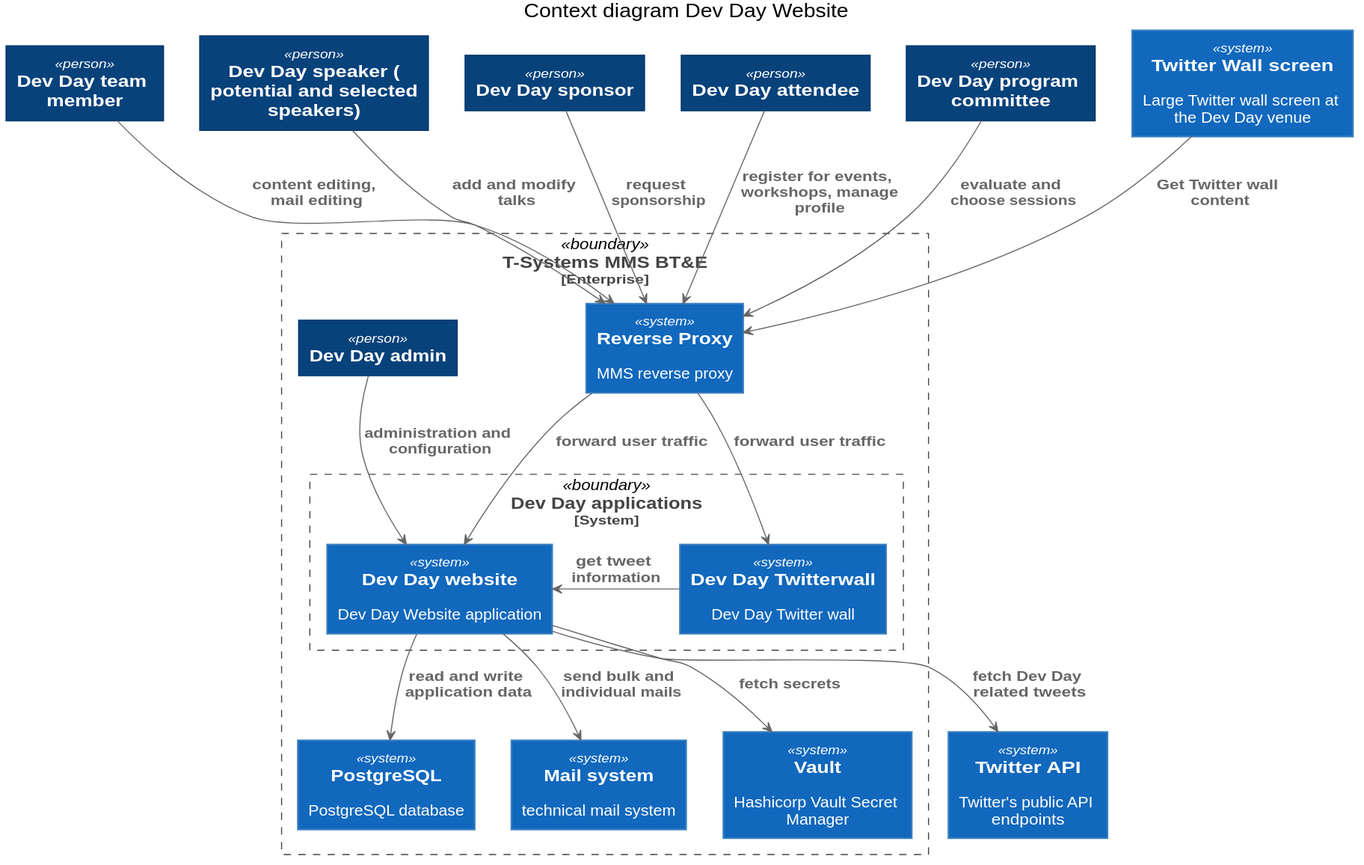
devdaydresden/devday_website keeps this PlantUML diagram as docs/system_context.svg. Above is the earlier version. The source it was exported from:
```plantuml
@startuml





skinparam defaultTextAlignment center

skinparam wrapWidth 200
skinparam maxMessageSize 150

skinparam rectangle {
    StereotypeFontSize 12
    shadowing false
}

skinparam database {
    StereotypeFontSize 12
    shadowing false
}

skinparam Arrow {
    Color #666666
    FontColor #666666
    FontSize 12
}

skinparam rectangle<<boundary>> {
    Shadowing false
    StereotypeFontSize 0
    FontColor #444444
    BorderColor #444444
    BorderStyle dashed
}






















skinparam rectangle<<person>> {
    StereotypeFontColor #FFFFFF
    FontColor #FFFFFF
    BackgroundColor #08427B
    BorderColor #073B6F
}

skinparam rectangle<<external_person>> {
    StereotypeFontColor #FFFFFF
    FontColor #FFFFFF
    BackgroundColor #686868
    BorderColor #8A8A8A
}

skinparam rectangle<<system>> {
    StereotypeFontColor #FFFFFF
    FontColor #FFFFFF
    BackgroundColor #1168BD
    BorderColor #3C7FC0
}

skinparam rectangle<<external_system>> {
    StereotypeFontColor #FFFFFF
    FontColor #FFFFFF
    BackgroundColor #999999
    BorderColor #8A8A8A
}

skinparam database<<system>> {
    StereotypeFontColor #FFFFFF
    FontColor #FFFFFF
    BackgroundColor #1168BD
    BorderColor #3C7FC0
}

skinparam database<<external_system>> {
    StereotypeFontColor #FFFFFF
    FontColor #FFFFFF
    BackgroundColor #999999
    BorderColor #8A8A8A
}












title Context diagram Dev Day Website

rectangle "==T-Systems MMS BT&E\n<size:12>[Enterprise]</size>" <<boundary>> as MMSBT {
  rectangle "==Reverse Proxy\n\n MMS reverse proxy" <<system>> as ReverseProxy
  rectangle "==Dev Day applications\n<size:12>[System]</size>" <<boundary>> as DevDay {
    rectangle "==Dev Day website\n\n Dev Day Website application" <<system>> as DevDayWebsite
    rectangle "==Dev Day Twitterwall\n\n Dev Day Twitter wall" <<system>> as TwitterWall
  }
  rectangle "==Vault\n\n Hashicorp Vault Secret Manager" <<system>> as Vault
  rectangle "==PostgreSQL\n\n PostgreSQL database" <<system>> as PostgreSQL
  rectangle "==Mail system\n\n technical mail system" <<system>> as TMS

  rectangle "==Dev Day admin" <<person>> as DevDayAdmin
}

rectangle "==Twitter API\n\n Twitter's public API endpoints" <<system>> as TwitterAPI

rectangle "==Dev Day team member" <<person>> as DevDayTeam
rectangle "==Dev Day speaker (potential and selected speakers)" <<person>> as DevDaySpeaker
rectangle "==Dev Day sponsor" <<person>> as DevDaySponsor
rectangle "==Dev Day attendee" <<person>> as DevDayAttendee
rectangle "==Dev Day program committee" <<person>> as DevDayCommittee

rectangle "==Twitter Wall screen\n\n Large Twitter wall screen at the Dev Day venue" <<system>> as ScreenAtDevDay

ReverseProxy -DOWN-> DevDayWebsite : "===forward user traffic"
ReverseProxy -DOWN-> TwitterWall : "===forward user traffic"

ScreenAtDevDay --> ReverseProxy : "===Get Twitter wall content"

DevDayWebsite --> Vault : "===fetch secrets"
DevDayWebsite --> PostgreSQL : "===read and write application data"
DevDayWebsite --> TwitterAPI : "===fetch Dev Day related tweets"
DevDayWebsite --> TMS : "===send bulk and individual mails"

TwitterWall -RIGHT-> DevDayWebsite : "===get tweet information"

DevDayAdmin --> DevDayWebsite : "===administration and configuration"
DevDayTeam --> ReverseProxy : "===content editing, mail editing"
DevDaySponsor --> ReverseProxy : "===request sponsorship"
DevDaySpeaker --> ReverseProxy : "===add and modify talks"
DevDayAttendee --> ReverseProxy : "===register for events, workshops, manage profile"
DevDayCommittee --> ReverseProxy : "===evaluate and choose sessions"

@enduml
```
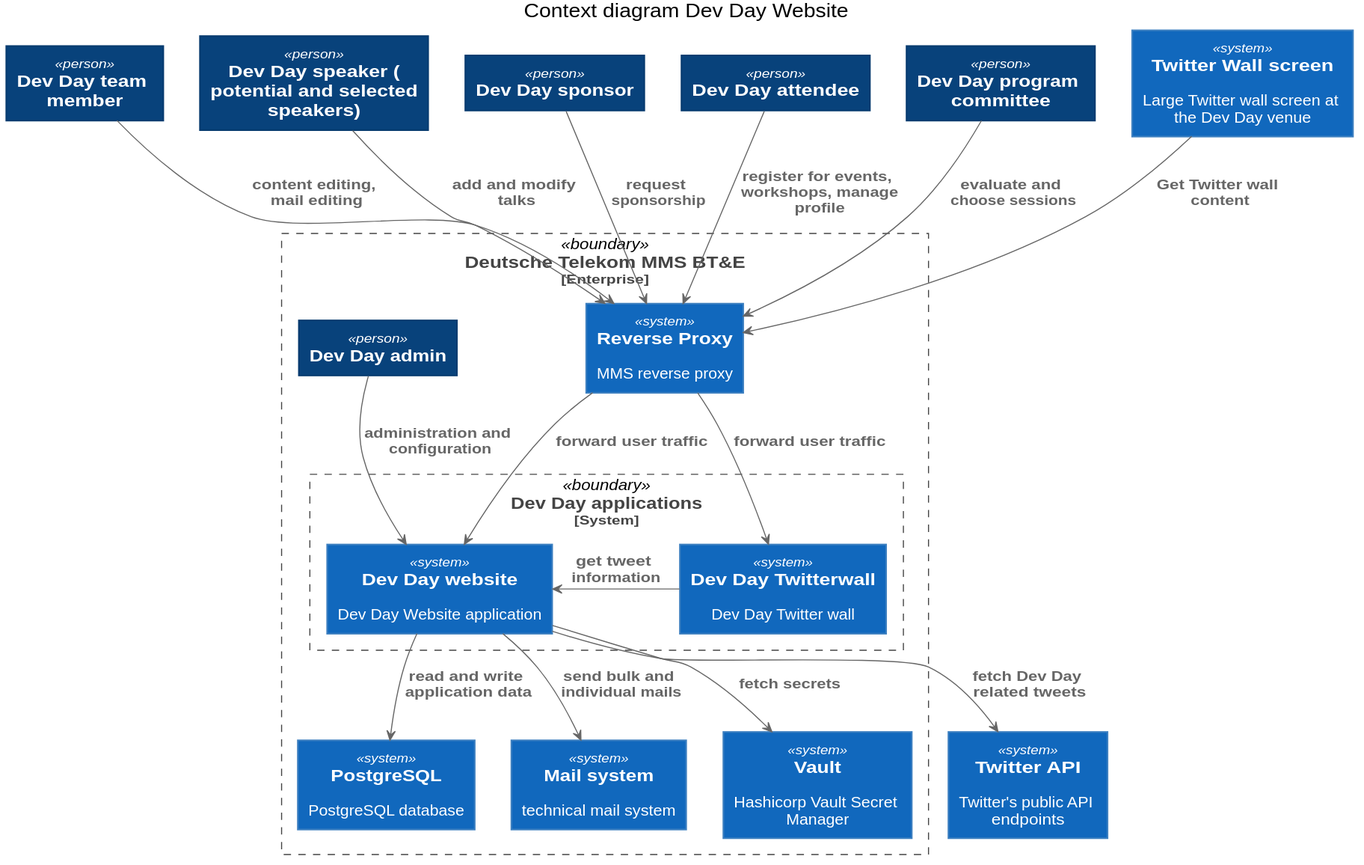
After the change.

What changed in the source:
```diff
@@ -109,7 +109,7 @@
 
 title Context diagram Dev Day Website
 
-rectangle "==T-Systems MMS BT&E\n<size:12>[Enterprise]</size>" <<boundary>> as MMSBT {
+rectangle "==Deutsche Telekom MMS BT&E\n<size:12>[Enterprise]</size>" <<boundary>> as MMSBT {
   rectangle "==Reverse Proxy\n\n MMS reverse proxy" <<system>> as ReverseProxy
   rectangle "==Dev Day applications\n<size:12>[System]</size>" <<boundary>> as DevDay {
     rectangle "==Dev Day website\n\n Dev Day Website application" <<system>> as DevDayWebsite
```
